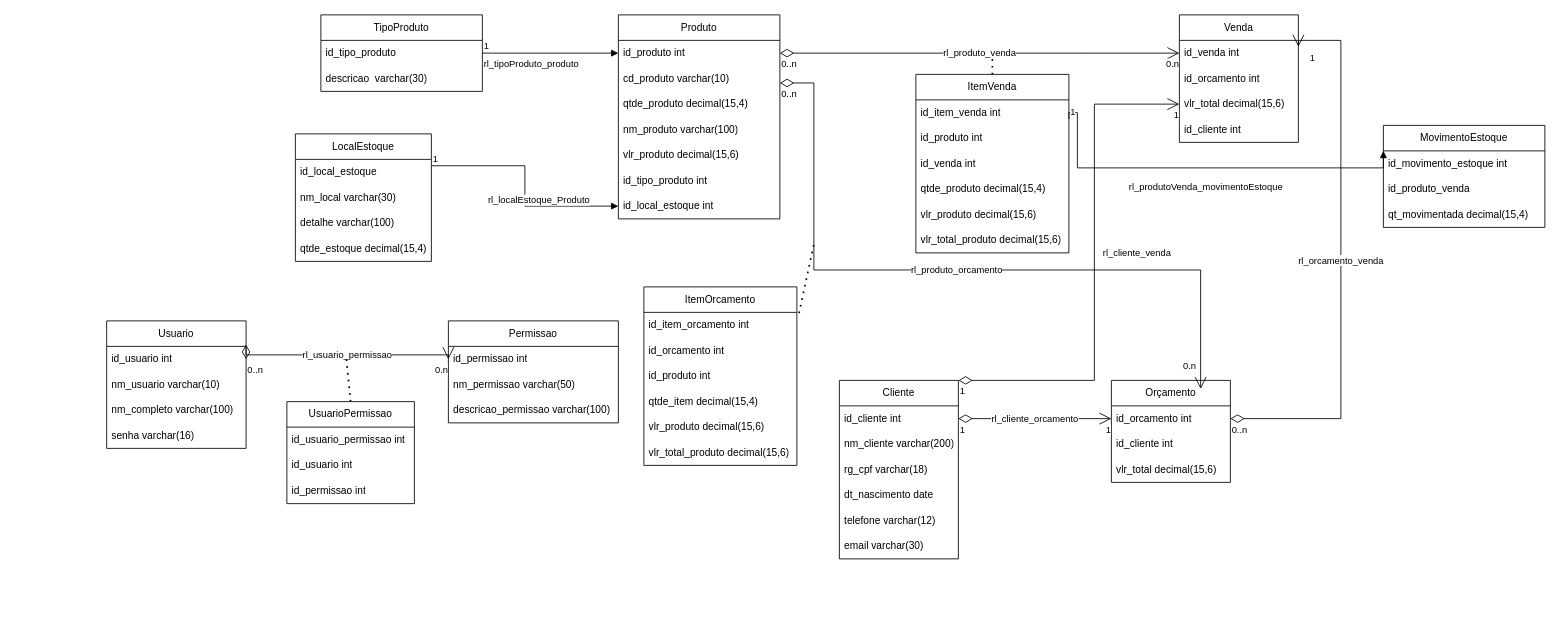
Above: Diagrama sem nome.drawio in GabrielCastilhoRodrigues/LojaCelular (draw.io), before the change. Source tidied: cells renumbered, new cells numbered last; positions are measured from the earlier drawing's top-left corner, leaving out a move shared by most shapes. Both pictures are drawn from the tidied source at 85%, with x=0, y=0 at pixel (106, 14).
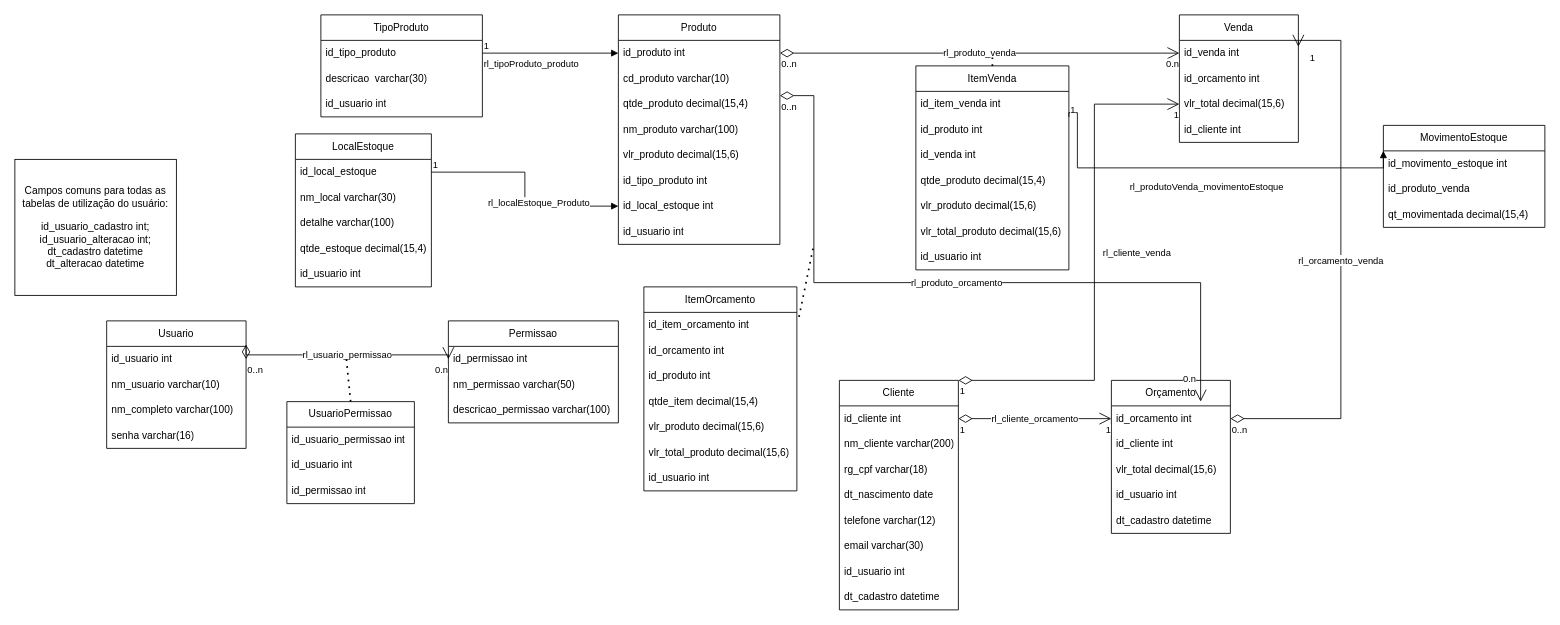
After the change.

Diff of the diagram source:
```diff
@@
     <mxCell id="2" value="Produto" style="swimlane;fontStyle=0;horizontal=1;startSize=30;whiteSpace=wrap;html=1;" parent="1" vertex="1">
-      <mxGeometry x="602" width="190" height="240" as="geometry" />
+      <mxGeometry x="602" width="190" height="270" as="geometry" />
     </mxCell>
@@
+    <mxCell id="92" value="id_usuario int" style="text;strokeColor=none;fillColor=none;align=left;verticalAlign=middle;spacingLeft=4;spacingRight=4;overflow=hidden;whiteSpace=wrap;html=1;" parent="2" vertex="1">
+      <mxGeometry y="240" width="190" height="30" as="geometry" />
+    </mxCell>
@@
     <mxCell id="15" value="ItemVenda" style="swimlane;fontStyle=0;horizontal=1;startSize=30;whiteSpace=wrap;html=1;" parent="1" vertex="1">
-      <mxGeometry x="952" y="70" width="180" height="210" as="geometry" />
+      <mxGeometry x="952" y="60" width="180" height="240" as="geometry" />
     </mxCell>
@@
+    <mxCell id="93" value="id_usuario int" style="text;strokeColor=none;fillColor=none;align=left;verticalAlign=middle;spacingLeft=4;spacingRight=4;overflow=hidden;whiteSpace=wrap;html=1;" parent="15" vertex="1">
+      <mxGeometry y="210" width="180" height="30" as="geometry" />
+    </mxCell>
@@
     <mxCell id="26" value="Cliente" style="swimlane;fontStyle=0;horizontal=1;startSize=30;whiteSpace=wrap;html=1;" parent="1" vertex="1">
-      <mxGeometry x="862" y="430" width="140" height="210" as="geometry" />
+      <mxGeometry x="862" y="430" width="140" height="270" as="geometry" />
     </mxCell>
@@
+    <mxCell id="94" value="id_usuario int" style="text;strokeColor=none;fillColor=none;align=left;verticalAlign=middle;spacingLeft=4;spacingRight=4;overflow=hidden;whiteSpace=wrap;html=1;" parent="26" vertex="1">
+      <mxGeometry y="210" width="140" height="30" as="geometry" />
+    </mxCell>
+    <mxCell id="95" value="dt_cadastro datetime" style="text;strokeColor=none;fillColor=none;align=left;verticalAlign=middle;spacingLeft=4;spacingRight=4;overflow=hidden;whiteSpace=wrap;html=1;" parent="26" vertex="1">
+      <mxGeometry y="240" width="140" height="30" as="geometry" />
+    </mxCell>
     <mxCell id="33" value="Orçamento" style="swimlane;fontStyle=0;horizontal=1;startSize=30;whiteSpace=wrap;html=1;" parent="1" vertex="1">
-      <mxGeometry x="1182" y="430" width="140" height="120" as="geometry" />
+      <mxGeometry x="1182" y="430" width="140" height="180" as="geometry" />
     </mxCell>
@@
+    <mxCell id="96" value="id_usuario int" style="text;strokeColor=none;fillColor=none;align=left;verticalAlign=middle;spacingLeft=4;spacingRight=4;overflow=hidden;whiteSpace=wrap;html=1;" parent="33" vertex="1">
+      <mxGeometry y="120" width="140" height="30" as="geometry" />
+    </mxCell>
+    <mxCell id="97" value="dt_cadastro datetime" style="text;strokeColor=none;fillColor=none;align=left;verticalAlign=middle;spacingLeft=4;spacingRight=4;overflow=hidden;whiteSpace=wrap;html=1;" parent="33" vertex="1">
+      <mxGeometry y="150" width="140" height="30" as="geometry" />
+    </mxCell>
@@
     <mxCell id="43" value="ItemOrcamento" style="swimlane;fontStyle=0;horizontal=1;startSize=30;whiteSpace=wrap;html=1;" parent="1" vertex="1">
-      <mxGeometry x="632" y="320" width="180" height="210" as="geometry" />
+      <mxGeometry x="632" y="320" width="180" height="240" as="geometry" />
     </mxCell>
@@
+    <mxCell id="98" value="id_usuario int" style="text;strokeColor=none;fillColor=none;align=left;verticalAlign=middle;spacingLeft=4;spacingRight=4;overflow=hidden;whiteSpace=wrap;html=1;" parent="43" vertex="1">
+      <mxGeometry y="210" width="180" height="30" as="geometry" />
+    </mxCell>
     <mxCell id="50" value="rl_produto_orcamento" style="endArrow=open;html=1;endSize=12;startArrow=diamondThin;startSize=14;startFill=0;edgeStyle=orthogonalEdgeStyle;rounded=0;exitX=1;exitY=0.5;exitDx=0;exitDy=0;entryX=0.75;entryY=0;entryDx=0;entryDy=0;" parent="1" edge="1">
       <mxGeometry relative="1" as="geometry">
-        <mxPoint x="792" y="80.1" as="sourcePoint" />
-        <mxPoint x="1287" y="440.1" as="targetPoint" />
+        <mxPoint x="792" y="95" as="sourcePoint" />
+        <mxPoint x="1287" y="455" as="targetPoint" />
         <Array as="points">
-          <mxPoint x="832" y="80.1" />
-          <mxPoint x="832" y="300.1" />
-          <mxPoint x="1287" y="300.1" />
+          <mxPoint x="832" y="95" />
+          <mxPoint x="832" y="315" />
+          <mxPoint x="1287" y="315" />
         </Array>
       </mxGeometry>
     </mxCell>
@@
     <mxCell id="60" value="TipoProduto" style="swimlane;fontStyle=0;horizontal=1;startSize=30;whiteSpace=wrap;html=1;" parent="1" vertex="1">
-      <mxGeometry x="252" width="190" height="90" as="geometry" />
+      <mxGeometry x="252" width="190" height="120" as="geometry" />
     </mxCell>
@@
+    <mxCell id="99" value="id_usuario int" style="text;strokeColor=none;fillColor=none;align=left;verticalAlign=middle;spacingLeft=4;spacingRight=4;overflow=hidden;whiteSpace=wrap;html=1;" parent="60" vertex="1">
+      <mxGeometry y="90" width="190" height="30" as="geometry" />
+    </mxCell>
@@
     <mxCell id="65" value="LocalEstoque" style="swimlane;fontStyle=0;horizontal=1;startSize=30;whiteSpace=wrap;html=1;" parent="1" vertex="1">
-      <mxGeometry x="222" y="140" width="160" height="150" as="geometry" />
+      <mxGeometry x="222" y="140" width="160" height="180" as="geometry" />
     </mxCell>
@@
+    <mxCell id="100" value="id_usuario int" style="text;strokeColor=none;fillColor=none;align=left;verticalAlign=middle;spacingLeft=4;spacingRight=4;overflow=hidden;whiteSpace=wrap;html=1;" parent="65" vertex="1">
+      <mxGeometry y="150" width="160" height="30" as="geometry" />
+    </mxCell>
@@
+    <mxCell id="101" value="Campos comuns para todas as tabelas de utilização do usuário:&lt;br&gt;&lt;br&gt;id_usuario_cadastro int;&lt;br&gt;id_usuario_alteracao int;&lt;br&gt;dt_cadastro datetime&lt;br&gt;dt_alteracao datetime" style="rounded=0;whiteSpace=wrap;html=1;" parent="1" vertex="1">
+      <mxGeometry x="-108" y="170" width="190" height="160" as="geometry" />
+    </mxCell>
```
